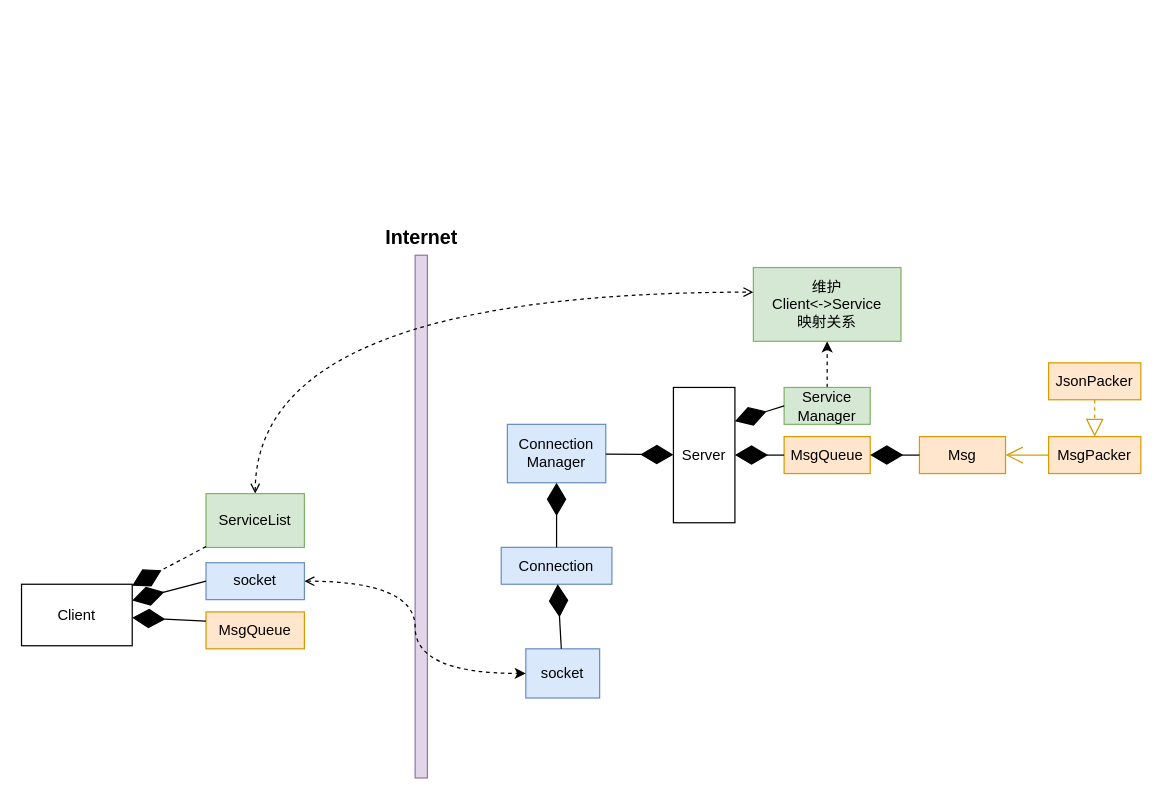
xrw67/altas keeps this draw.io diagram as docs/bus.drawio. Above is the earlier version. Source tidied: cells renumbered, new cells numbered last; positions are measured from the earlier drawing's top-left corner, leaving out a move shared by most shapes. Both pictures are drawn from the tidied source at 123%, with x=0, y=0 at pixel (21, 218).
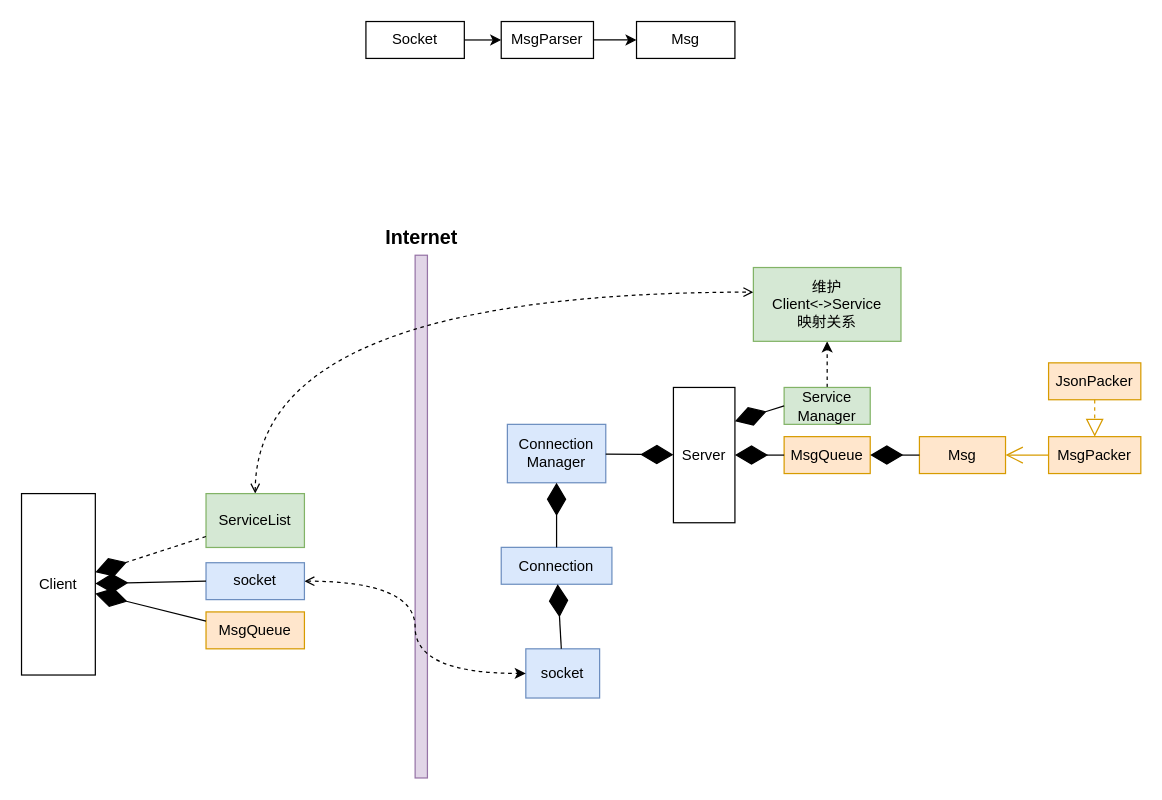
The same diagram, later.

What changed in the source:
```diff
@@
     <mxCell id="9" value="Client" style="whiteSpace=wrap;html=1;" parent="1" vertex="1">
-      <mxGeometry y="297.5" width="90" height="50" as="geometry" />
+      <mxGeometry y="223.8" width="60" height="147.5" as="geometry" />
     </mxCell>
@@
+    <mxCell id="32" style="rounded=0;jettySize=auto;html=1;" parent="1" edge="1" source="33" target="34">
+      <mxGeometry relative="1" as="geometry" />
+    </mxCell>
+    <mxCell id="33" value="MsgParser" style="whiteSpace=wrap;html=1;" parent="1" vertex="1">
+      <mxGeometry x="390" y="-160" width="75" height="30" as="geometry" />
+    </mxCell>
+    <mxCell id="34" value="Msg" style="whiteSpace=wrap;html=1;" parent="1" vertex="1">
+      <mxGeometry x="500" y="-160" width="80" height="30" as="geometry" />
+    </mxCell>
+    <mxCell id="35" style="rounded=0;jettySize=auto;html=1;" parent="1" edge="1" source="36" target="33">
+      <mxGeometry relative="1" as="geometry" />
+    </mxCell>
+    <mxCell id="36" value="Socket" style="whiteSpace=wrap;html=1;" parent="1" vertex="1">
+      <mxGeometry x="280" y="-160" width="80" height="30" as="geometry" />
+    </mxCell>
```
